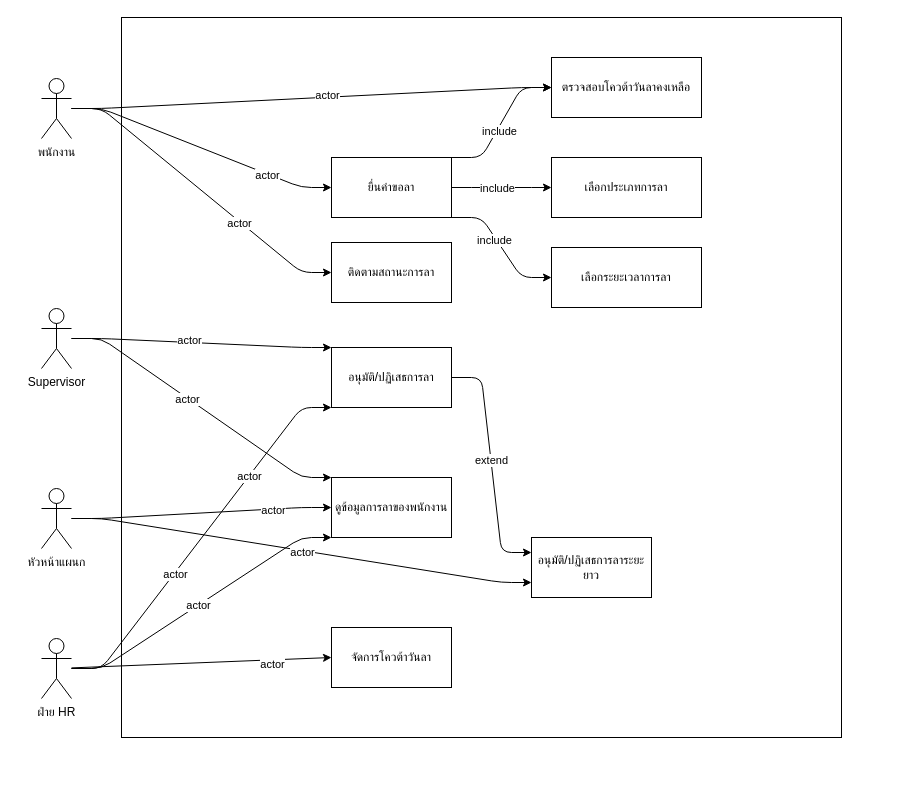
The draw.io diagram diagrams/draw.io/use-case-diagram.drawio in TezukaStar/employee-leave-management-system, before the edit. Source tidied: cells renumbered, new cells numbered last; positions are measured from the earlier drawing's top-left corner, leaving out a move shared by most shapes. Both pictures are drawn from the tidied source at 100%, with x=0, y=0 at pixel (41, 17).
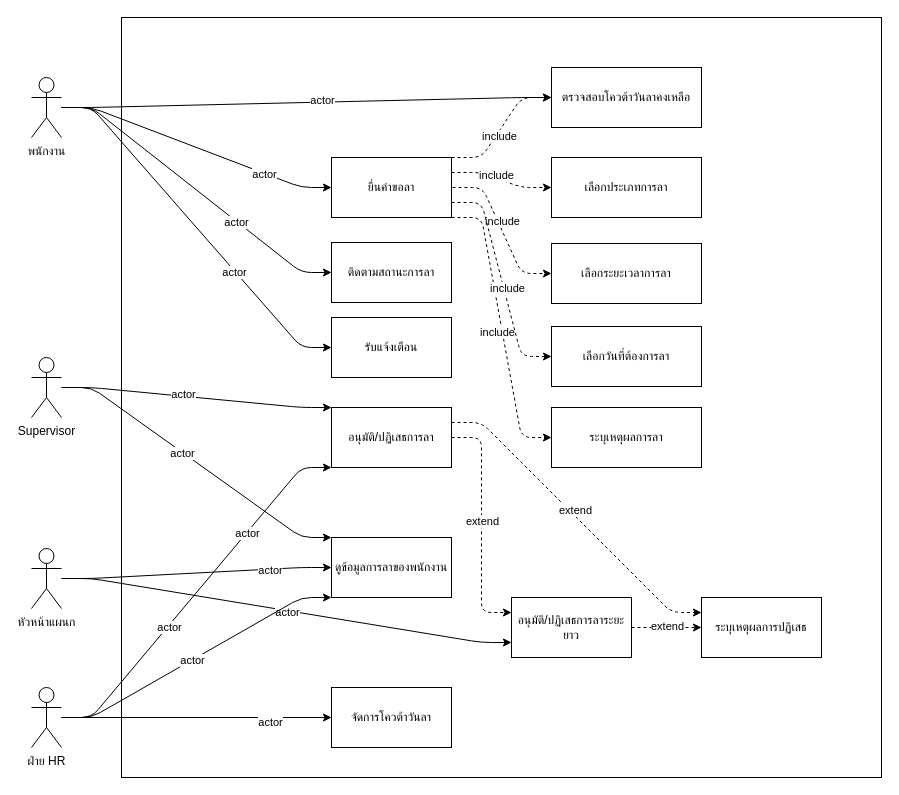
The same diagram, later.

The change refers to these unchanged cells:
```xml
<mxCell id="11" value="ยื่นคำขอลา" style="rounded=0;whiteSpace=wrap;html=1;" parent="1" vertex="1">
  <mxGeometry x="290" y="140" width="120" height="60" as="geometry" />
</mxCell>
<mxCell id="18" value="เลือกประเภทการลา" style="rounded=0;whiteSpace=wrap;html=1;" parent="1" vertex="1">
  <mxGeometry x="510" y="140" width="150" height="60" as="geometry" />
</mxCell>
```

Change to the diagram source:
```diff
@@
     <mxCell id="2" style="whiteSpace=wrap;html=1;" parent="1" vertex="1">
-      <mxGeometry x="80" width="720" height="720" as="geometry" />
+      <mxGeometry x="80" width="760" height="760" as="geometry" />
     </mxCell>
@@
     <mxCell id="4" value="ตรวจสอบโควต้าวันลาคงเหลือ" style="rounded=0;whiteSpace=wrap;html=1;" parent="1" vertex="1">
-      <mxGeometry x="510" y="40" width="150" height="60" as="geometry" />
+      <mxGeometry x="510" y="50" width="150" height="60" as="geometry" />
     </mxCell>
-    <mxCell id="5" style="edgeStyle=entityRelationEdgeStyle;html=1;exitX=1;exitY=0;exitDx=0;exitDy=0;" parent="1" edge="1" source="11" target="4">
+    <mxCell id="5" style="edgeStyle=entityRelationEdgeStyle;html=1;exitX=1;exitY=0;exitDx=0;exitDy=0;dashed=1;" parent="1" edge="1" source="11" target="4">
       <mxGeometry relative="1" as="geometry" />
     </mxCell>
@@
-    <mxCell id="7" style="edgeStyle=entityRelationEdgeStyle;html=1;entryX=0;entryY=0.5;entryDx=0;entryDy=0;" parent="1" edge="1" source="11" target="18">
+    <mxCell id="7" style="edgeStyle=entityRelationEdgeStyle;html=1;entryX=0;entryY=0.5;entryDx=0;entryDy=0;exitX=1;exitY=0.25;exitDx=0;exitDy=0;dashed=1;" parent="1" edge="1" source="11" target="18">
       <mxGeometry relative="1" as="geometry" />
     </mxCell>
@@
-    <mxCell id="9" style="edgeStyle=entityRelationEdgeStyle;html=1;entryX=0;entryY=0.5;entryDx=0;entryDy=0;exitX=1;exitY=1;exitDx=0;exitDy=0;" parent="1" edge="1" source="11" target="19">
-      <mxGeometry relative="1" as="geometry" />
+    <mxCell id="9" style="edgeStyle=entityRelationEdgeStyle;html=1;entryX=0;entryY=0.5;entryDx=0;entryDy=0;dashed=1;" parent="1" edge="1" target="19">
+      <mxGeometry relative="1" as="geometry">
+        <mxPoint x="411" y="170" as="sourcePoint" />
+      </mxGeometry>
     </mxCell>
     <mxCell id="10" value="include" style="edgeLabel;html=1;align=center;verticalAlign=middle;" parent="9" vertex="1">
-      <mxGeometry x="-0.15" y="-2" relative="1" as="geometry" />
+      <mxGeometry x="-0.15" y="-2" relative="1" as="geometry">
+        <mxPoint x="6" as="offset" />
+      </mxGeometry>
     </mxCell>
+    <mxCell id="45" style="edgeStyle=entityRelationEdgeStyle;html=1;entryX=0;entryY=0.5;entryDx=0;entryDy=0;exitX=1;exitY=1;exitDx=0;exitDy=0;dashed=1;" parent="1" edge="1" source="11" target="53">
+      <mxGeometry relative="1" as="geometry">
+        <Array as="points">
+          <mxPoint x="450" y="270" />
+        </Array>
+      </mxGeometry>
+    </mxCell>
+    <mxCell id="46" value="include" style="edgeLabel;html=1;align=center;verticalAlign=middle;" parent="45" vertex="1">
+      <mxGeometry x="-0.14" y="-1" relative="1" as="geometry">
+        <mxPoint y="24" as="offset" />
+      </mxGeometry>
+    </mxCell>
+    <mxCell id="47" style="edgeStyle=entityRelationEdgeStyle;html=1;entryX=0;entryY=0.5;entryDx=0;entryDy=0;exitX=1;exitY=0.75;exitDx=0;exitDy=0;dashed=1;" parent="1" edge="1" source="11" target="58">
+      <mxGeometry relative="1" as="geometry" />
+    </mxCell>
+    <mxCell id="48" value="include" style="edgeLabel;html=1;align=center;verticalAlign=middle;" parent="47" vertex="1">
+      <mxGeometry x="0.09" y="3" relative="1" as="geometry" />
+    </mxCell>
@@
     <mxCell id="19" value="เลือกระยะเวลาการลา" style="rounded=0;whiteSpace=wrap;html=1;" parent="1" vertex="1">
-      <mxGeometry x="510" y="230" width="150" height="60" as="geometry" />
+      <mxGeometry x="510" y="226" width="150" height="60" as="geometry" />
     </mxCell>
     <mxCell id="20" value="&lt;span style=&quot;color: rgb(0, 0, 0);&quot;&gt;พนักงาน&lt;/span&gt;" style="shape=umlActor;verticalLabelPosition=bottom;verticalAlign=top;html=1;outlineConnect=0;" parent="1" vertex="1">
-      <mxGeometry y="61" width="30" height="60" as="geometry" />
+      <mxGeometry x="-10" y="60" width="30" height="60" as="geometry" />
     </mxCell>
@@
     <mxCell id="25" value="Supervisor" style="shape=umlActor;verticalLabelPosition=bottom;verticalAlign=top;html=1;outlineConnect=0;" parent="1" vertex="1">
-      <mxGeometry y="291" width="30" height="60" as="geometry" />
+      <mxGeometry x="-10" y="340" width="30" height="60" as="geometry" />
     </mxCell>
@@
     <mxCell id="28" style="edgeStyle=entityRelationEdgeStyle;html=1;entryX=0;entryY=0.75;entryDx=0;entryDy=0;" parent="1" edge="1" source="30" target="44">
       <mxGeometry relative="1" as="geometry">
         <Array as="points">
-          <mxPoint x="290" y="550" />
-          <mxPoint x="270" y="565" />
-          <mxPoint x="250" y="570" />
-          <mxPoint x="330" y="560" />
-          <mxPoint x="340" y="580" />
-          <mxPoint x="360" y="560" />
-          <mxPoint x="290" y="560" />
-          <mxPoint x="280" y="510" />
-          <mxPoint x="480" y="550" />
+          <mxPoint x="290" y="610" />
+          <mxPoint x="270" y="625" />
+          <mxPoint x="250" y="630" />
+          <mxPoint x="330" y="620" />
+          <mxPoint x="340" y="640" />
+          <mxPoint x="360" y="620" />
+          <mxPoint x="290" y="620" />
+          <mxPoint x="280" y="570" />
+          <mxPoint x="480" y="610" />
         </Array>
       </mxGeometry>
     </mxCell>
@@
     <mxCell id="30" value="หัวหน้าแผนก" style="shape=umlActor;verticalLabelPosition=bottom;verticalAlign=top;html=1;outlineConnect=0;" parent="1" vertex="1">
-      <mxGeometry y="471" width="30" height="60" as="geometry" />
+      <mxGeometry x="-10" y="531" width="30" height="60" as="geometry" />
     </mxCell>
     <mxCell id="31" style="edgeStyle=entityRelationEdgeStyle;html=1;entryX=0;entryY=1;entryDx=0;entryDy=0;" parent="1" edge="1" source="38" target="41">
       <mxGeometry relative="1" as="geometry">
         <Array as="points">
-          <mxPoint x="120" y="490" />
+          <mxPoint x="120" y="550" />
         </Array>
       </mxGeometry>
     </mxCell>
@@
     <mxCell id="38" value="ฝ่าย HR" style="shape=umlActor;verticalLabelPosition=bottom;verticalAlign=top;html=1;outlineConnect=0;" parent="1" vertex="1">
-      <mxGeometry y="621" width="30" height="60" as="geometry" />
+      <mxGeometry x="-10" y="670" width="30" height="60" as="geometry" />
     </mxCell>
-    <mxCell id="39" style="edgeStyle=entityRelationEdgeStyle;html=1;entryX=0;entryY=0.25;entryDx=0;entryDy=0;exitX=1;exitY=0.5;exitDx=0;exitDy=0;" parent="1" edge="1" source="41" target="44">
+    <mxCell id="39" style="edgeStyle=entityRelationEdgeStyle;html=1;entryX=0;entryY=0.25;entryDx=0;entryDy=0;exitX=1;exitY=0.5;exitDx=0;exitDy=0;dashed=1;" parent="1" edge="1" source="41" target="44">
       <mxGeometry relative="1" as="geometry" />
     </mxCell>
@@
+    <mxCell id="49" style="edgeStyle=entityRelationEdgeStyle;html=1;entryX=0;entryY=0.25;entryDx=0;entryDy=0;exitX=1;exitY=0.25;exitDx=0;exitDy=0;dashed=1;" parent="1" edge="1" source="41" target="54">
+      <mxGeometry relative="1" as="geometry" />
+    </mxCell>
+    <mxCell id="50" value="extend" style="edgeLabel;html=1;align=center;verticalAlign=middle;" parent="49" vertex="1">
+      <mxGeometry x="-0.04" y="4" relative="1" as="geometry" />
+    </mxCell>
     <mxCell id="41" value="อนุมัติ/ปฏิเสธการลา" style="rounded=0;whiteSpace=wrap;html=1;" parent="1" vertex="1">
-      <mxGeometry x="290" y="330" width="120" height="60" as="geometry" />
+      <mxGeometry x="290" y="390" width="120" height="60" as="geometry" />
     </mxCell>
     <mxCell id="42" value="ดูข้อมูลการลาของพนักงาน" style="rounded=0;whiteSpace=wrap;html=1;" parent="1" vertex="1">
-      <mxGeometry x="290" y="460" width="120" height="60" as="geometry" />
+      <mxGeometry x="290" y="520" width="120" height="60" as="geometry" />
     </mxCell>
     <mxCell id="43" value="จัดการโควต้าวันลา" style="rounded=0;whiteSpace=wrap;html=1;" parent="1" vertex="1">
-      <mxGeometry x="290" y="610" width="120" height="60" as="geometry" />
+      <mxGeometry x="290" y="670" width="120" height="60" as="geometry" />
     </mxCell>
+    <mxCell id="51" style="edgeStyle=none;html=1;entryX=0;entryY=0.5;entryDx=0;entryDy=0;dashed=1;" parent="1" edge="1" source="44" target="54">
+      <mxGeometry relative="1" as="geometry" />
+    </mxCell>
+    <mxCell id="52" value="extend" style="edgeLabel;html=1;align=center;verticalAlign=middle;" parent="51" vertex="1">
+      <mxGeometry x="-0.04" y="2" relative="1" as="geometry">
+        <mxPoint x="1" as="offset" />
+      </mxGeometry>
+    </mxCell>
     <mxCell id="44" value="อนุมัติ/ปฏิเสธการลาระยะยาว" style="rounded=0;whiteSpace=wrap;html=1;" parent="1" vertex="1">
-      <mxGeometry x="490" y="520" width="120" height="60" as="geometry" />
+      <mxGeometry x="470" y="580" width="120" height="60" as="geometry" />
     </mxCell>
+    <mxCell id="53" value="ระบุเหตุผลการลา" style="rounded=0;whiteSpace=wrap;html=1;" parent="1" vertex="1">
+      <mxGeometry x="510" y="390" width="150" height="60" as="geometry" />
+    </mxCell>
+    <mxCell id="54" value="ระบุเหตุผลการปฏิเสธ" style="rounded=0;whiteSpace=wrap;html=1;" parent="1" vertex="1">
+      <mxGeometry x="660" y="580" width="120" height="60" as="geometry" />
+    </mxCell>
+    <mxCell id="55" value="รับแจ้งเตือน" style="rounded=0;whiteSpace=wrap;html=1;" parent="1" vertex="1">
+      <mxGeometry x="290" y="300" width="120" height="60" as="geometry" />
+    </mxCell>
+    <mxCell id="56" style="edgeStyle=entityRelationEdgeStyle;html=1;entryX=0;entryY=0.5;entryDx=0;entryDy=0;" parent="1" edge="1" source="20" target="55">
+      <mxGeometry relative="1" as="geometry" />
+    </mxCell>
+    <mxCell id="57" value="actor" style="edgeLabel;html=1;align=center;verticalAlign=middle;" parent="56" vertex="1">
+      <mxGeometry x="0.31" y="-1" relative="1" as="geometry" />
+    </mxCell>
+    <mxCell id="58" value="เลือกวันที่ต้องการลา" style="rounded=0;whiteSpace=wrap;html=1;" parent="1" vertex="1">
+      <mxGeometry x="510" y="309" width="150" height="60" as="geometry" />
+    </mxCell>
```
